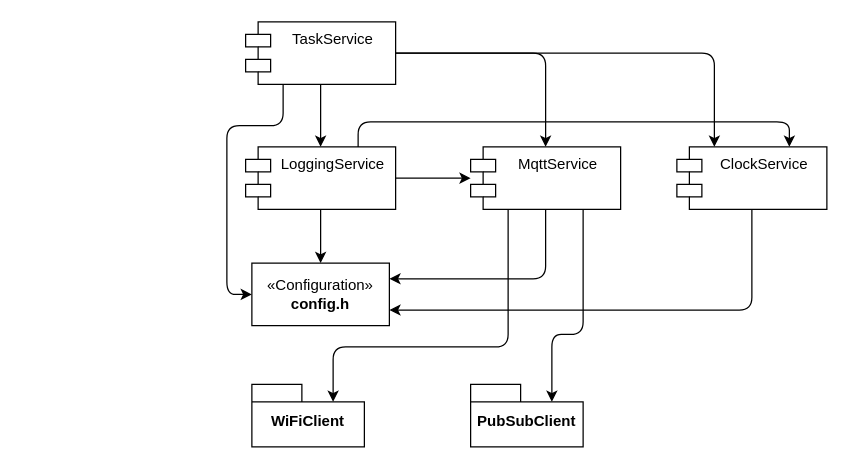
Above: page "Services" (1 of 2) of media/drawio/sketches.drawio in Friedjof/LumiESP (draw.io), before the change. Source tidied: cells renumbered, new cells numbered last; positions are measured from the earlier drawing's top-left corner, leaving out a move shared by most shapes. Both pictures are drawn from the tidied source at 125%, with x=0, y=0 at pixel (226, 21).
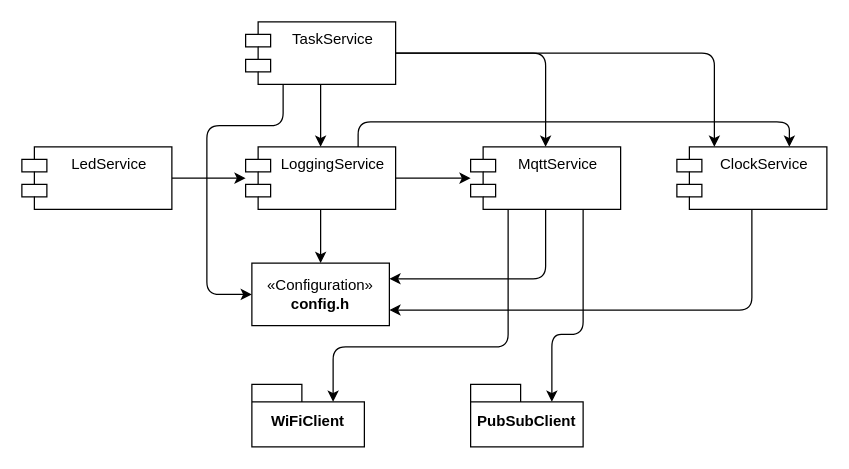
After the change.

Commit message (it also covers changes not shown here):
Add LedService implementation with multiple LED modes and configuration

The change refers to these unchanged cells:
```xml
<mxCell id="9" value="LoggingService" style="shape=module;align=left;spacingLeft=20;align=center;verticalAlign=top;whiteSpace=wrap;html=1;shadow=0;" parent="1" vertex="1">
  <mxGeometry x="15" y="100" width="120" height="50" as="geometry" />
</mxCell>
<mxCell id="14" value="TaskService" style="shape=module;align=left;spacingLeft=20;align=center;verticalAlign=top;whiteSpace=wrap;html=1;shadow=0;" parent="1" vertex="1">
  <mxGeometry x="15" width="120" height="50" as="geometry" />
</mxCell>
<mxCell id="15" value="«Configuration»&lt;br&gt;&lt;b&gt;config.h&lt;/b&gt;" style="html=1;whiteSpace=wrap;shadow=0;" parent="1" vertex="1">
  <mxGeometry x="20" y="193" width="110" height="50" as="geometry" />
</mxCell>
```

Change to the diagram source:
```diff
@@
     <mxCell id="13" style="rounded=1;jettySize=auto;html=1;exitX=0.25;exitY=1;exitDx=0;exitDy=0;entryX=0;entryY=0.5;entryDx=0;entryDy=0;shadow=0;edgeStyle=orthogonalEdgeStyle;flowAnimation=0;curved=0;" parent="1" edge="1" source="14" target="15">
       <mxGeometry relative="1" as="geometry">
         <Array as="points">
           <mxPoint x="45" y="83" />
-          <mxPoint y="83" />
-          <mxPoint y="218" />
+          <mxPoint x="-16" y="83" />
+          <mxPoint x="-16" y="218" />
         </Array>
       </mxGeometry>
     </mxCell>
@@
+    <mxCell id="20" style="edgeStyle=orthogonalEdgeStyle;rounded=0;jettySize=auto;html=1;" parent="1" edge="1" source="21" target="9">
+      <mxGeometry relative="1" as="geometry" />
+    </mxCell>
+    <mxCell id="21" value="LedService" style="shape=module;align=left;spacingLeft=20;align=center;verticalAlign=top;whiteSpace=wrap;html=1;shadow=0;" parent="1" vertex="1">
+      <mxGeometry x="-164" y="100" width="120" height="50" as="geometry" />
+    </mxCell>
```
